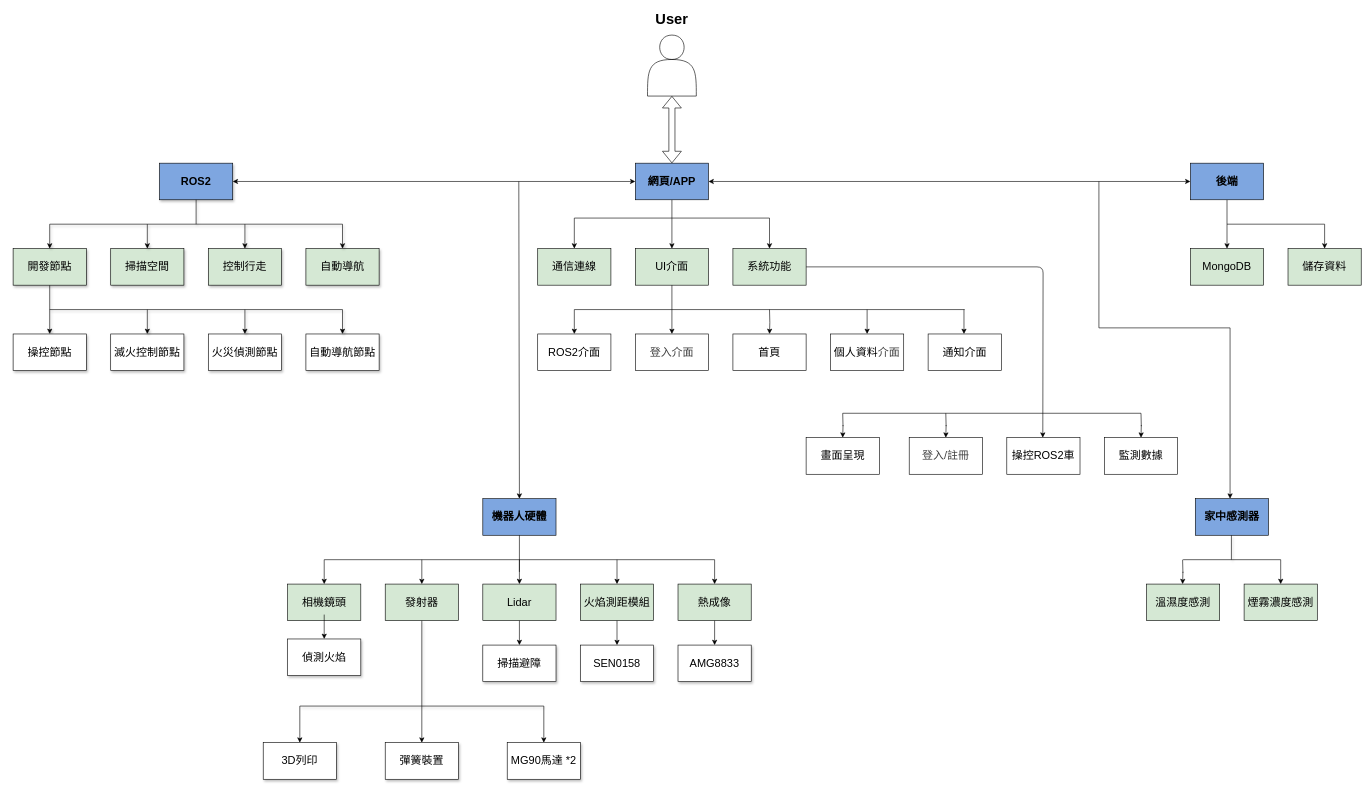
lihong0324/csie_project_ws keeps this draw.io diagram as 專題架構圖.drawio. Above is the earlier version. Source tidied: cells renumbered, new cells numbered last; positions are measured from the earlier drawing's top-left corner, leaving out a move shared by most shapes. Both pictures are drawn from the tidied source at 61%, with x=0, y=0 at pixel (13, 10).
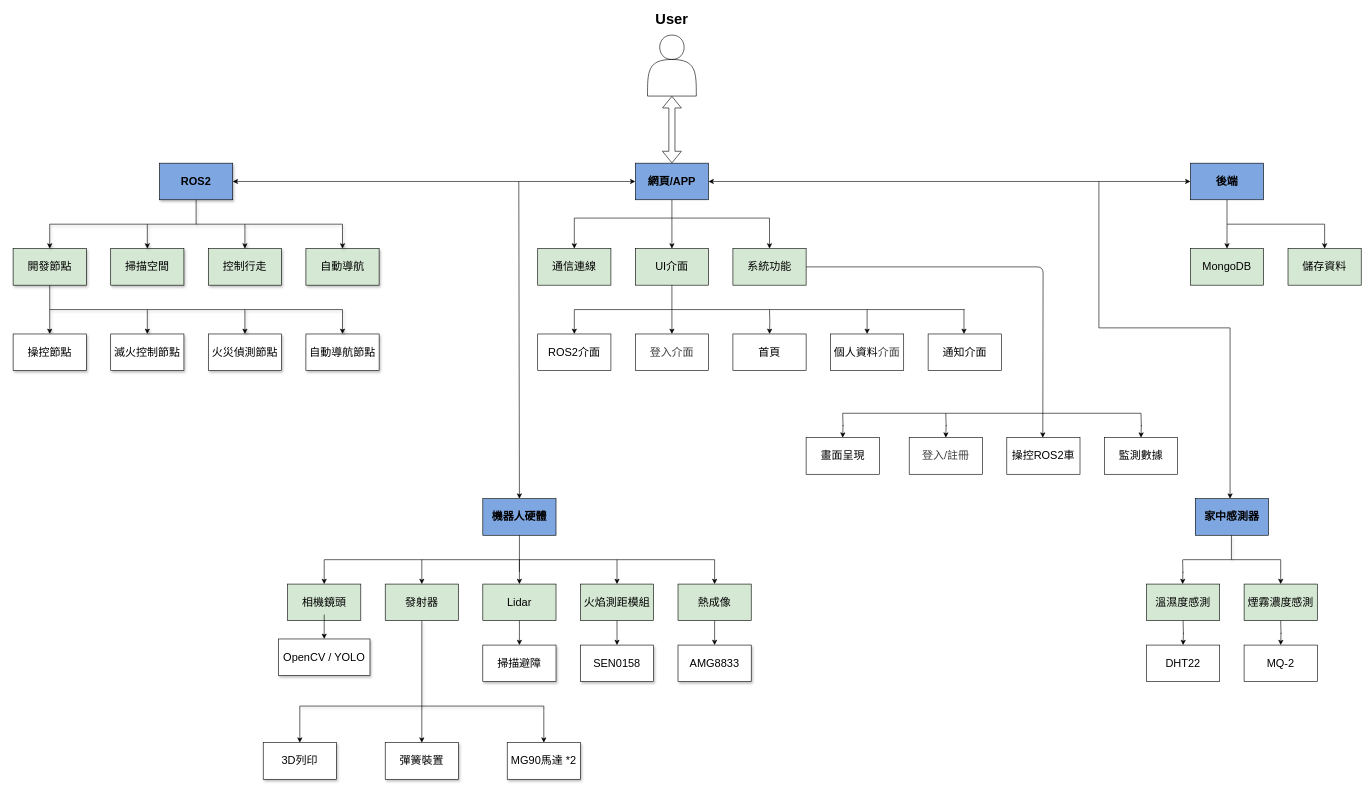
Above is the later version.

The edit, as a diff of the source:
```diff
@@
-    <mxCell id="90" value="&lt;span style=&quot;font-size: 18px;&quot;&gt;偵測火焰&lt;/span&gt;" style="whiteSpace=wrap;html=1;fillColor=#FFFFFF;rounded=0;shadow=1;" parent="1" vertex="1">
-      <mxGeometry x="450" y="1030" width="120" height="60" as="geometry" />
+    <mxCell id="90" value="&lt;span style=&quot;font-size: 18px;&quot;&gt;OpenCV / YOLO&lt;/span&gt;" style="whiteSpace=wrap;html=1;fillColor=#FFFFFF;rounded=0;shadow=1;" parent="1" vertex="1">
+      <mxGeometry x="435" y="1030" width="150" height="60" as="geometry" />
     </mxCell>
@@
+    <mxCell id="97" style="edgeStyle=orthogonalEdgeStyle;rounded=0;orthogonalLoop=1;jettySize=auto;html=1;" parent="1" edge="1">
+      <mxGeometry relative="1" as="geometry">
+        <mxPoint x="1918" y="1000" as="sourcePoint" />
+        <mxPoint x="1918" y="1040" as="targetPoint" />
+      </mxGeometry>
+    </mxCell>
+    <mxCell id="98" value="&lt;span style=&quot;font-size: 18px;&quot;&gt;DHT22&lt;/span&gt;" style="rounded=0;whiteSpace=wrap;html=1;fillColor=#FFFFFF;" parent="1" vertex="1">
+      <mxGeometry x="1858" y="1040" width="120" height="60" as="geometry" />
+    </mxCell>
+    <mxCell id="99" style="edgeStyle=orthogonalEdgeStyle;rounded=0;orthogonalLoop=1;jettySize=auto;html=1;" parent="1" edge="1">
+      <mxGeometry relative="1" as="geometry">
+        <mxPoint x="2078" y="1000" as="sourcePoint" />
+        <mxPoint x="2078" y="1040" as="targetPoint" />
+      </mxGeometry>
+    </mxCell>
+    <mxCell id="100" value="&lt;span style=&quot;font-size: 18px;&quot;&gt;MQ-2&lt;/span&gt;" style="rounded=0;whiteSpace=wrap;html=1;fillColor=#FFFFFF;" parent="1" vertex="1">
+      <mxGeometry x="2018" y="1040" width="120" height="60" as="geometry" />
+    </mxCell>
```
